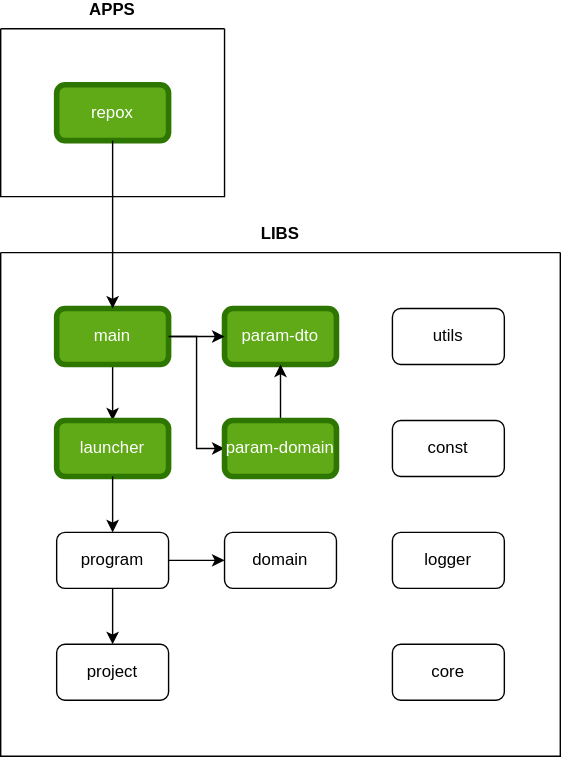
Above: docs/dependency.svg in jaqba98/repox (draw.io), before the change. Source tidied: cells renumbered, new cells last; positions are measured from the earlier drawing's top-left corner, leaving out a move shared by most shapes.
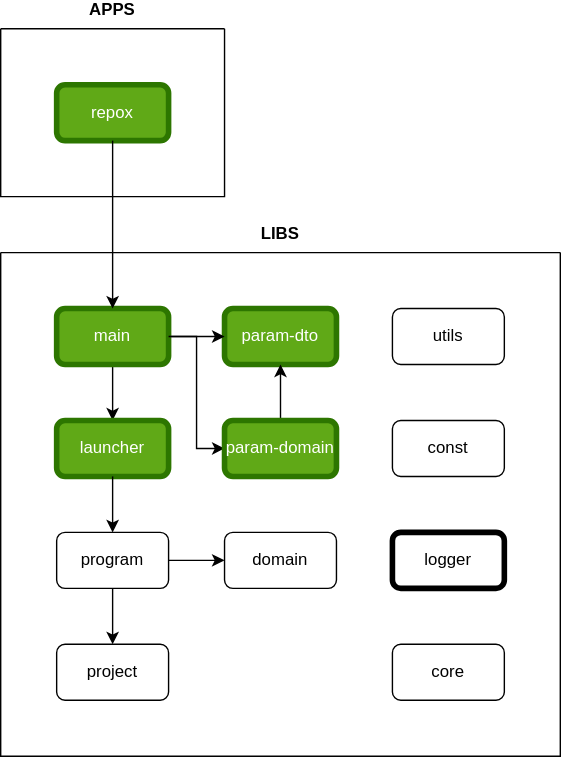
After the commit.

Commit message:
chore: mark the logger

The edit, as a diff of the source:
```diff
@@ -53,7 +53,7 @@
     <mxCell id="18" value="const" style="rounded=1;whiteSpace=wrap;html=1;" parent="2" vertex="1">
       <mxGeometry x="280" y="120" width="80" height="40" as="geometry" />
     </mxCell>
-    <mxCell id="19" value="logger" style="rounded=1;whiteSpace=wrap;html=1;sketch=0;shadow=0;" parent="2" vertex="1">
+    <mxCell id="19" value="logger" style="rounded=1;whiteSpace=wrap;html=1;sketch=0;shadow=0;strokeWidth=4;" parent="2" vertex="1">
       <mxGeometry x="280" y="200" width="80" height="40" as="geometry" />
     </mxCell>
     <mxCell id="20" value="core" style="rounded=1;whiteSpace=wrap;html=1;strokeWidth=1;" parent="2" vertex="1">
```
